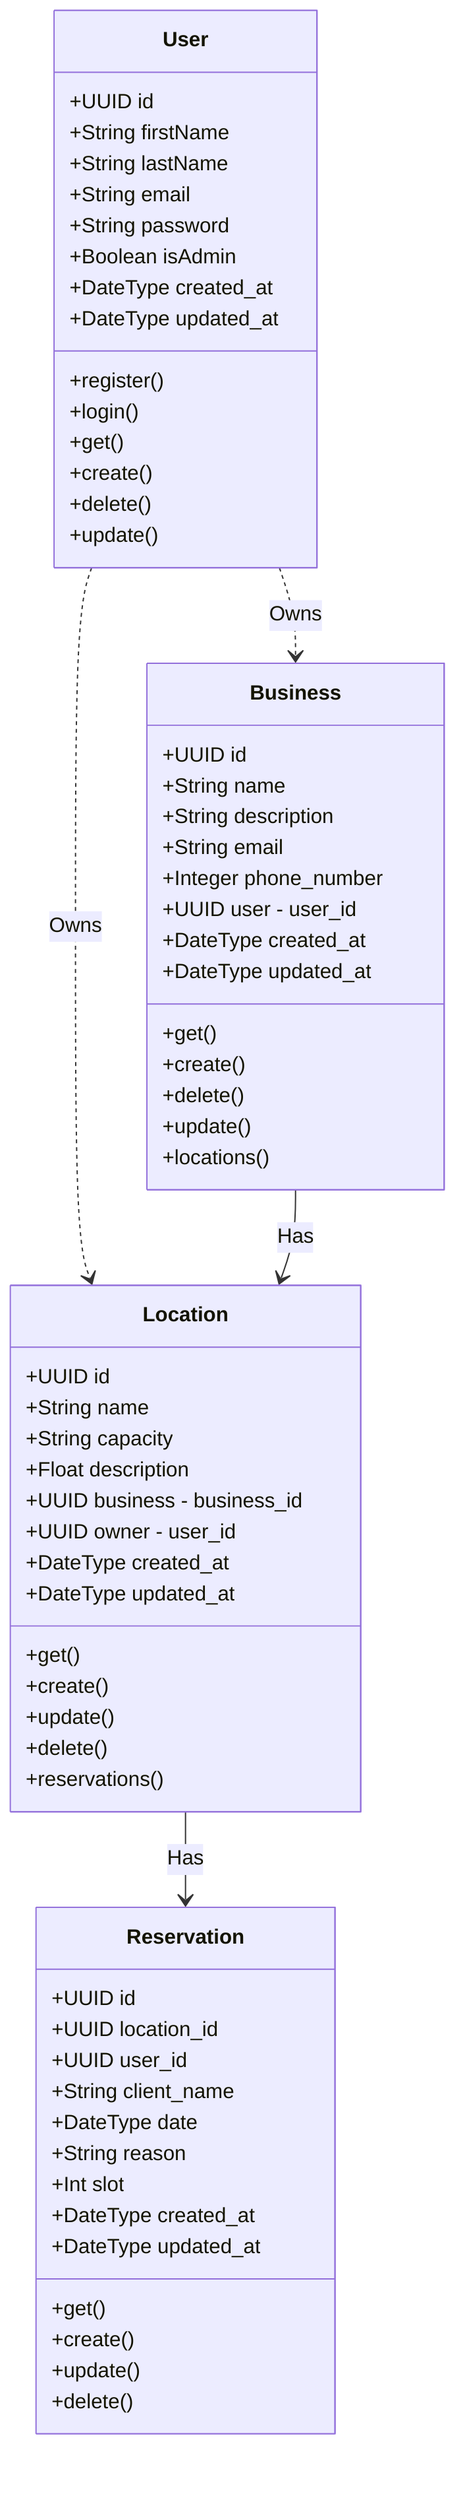
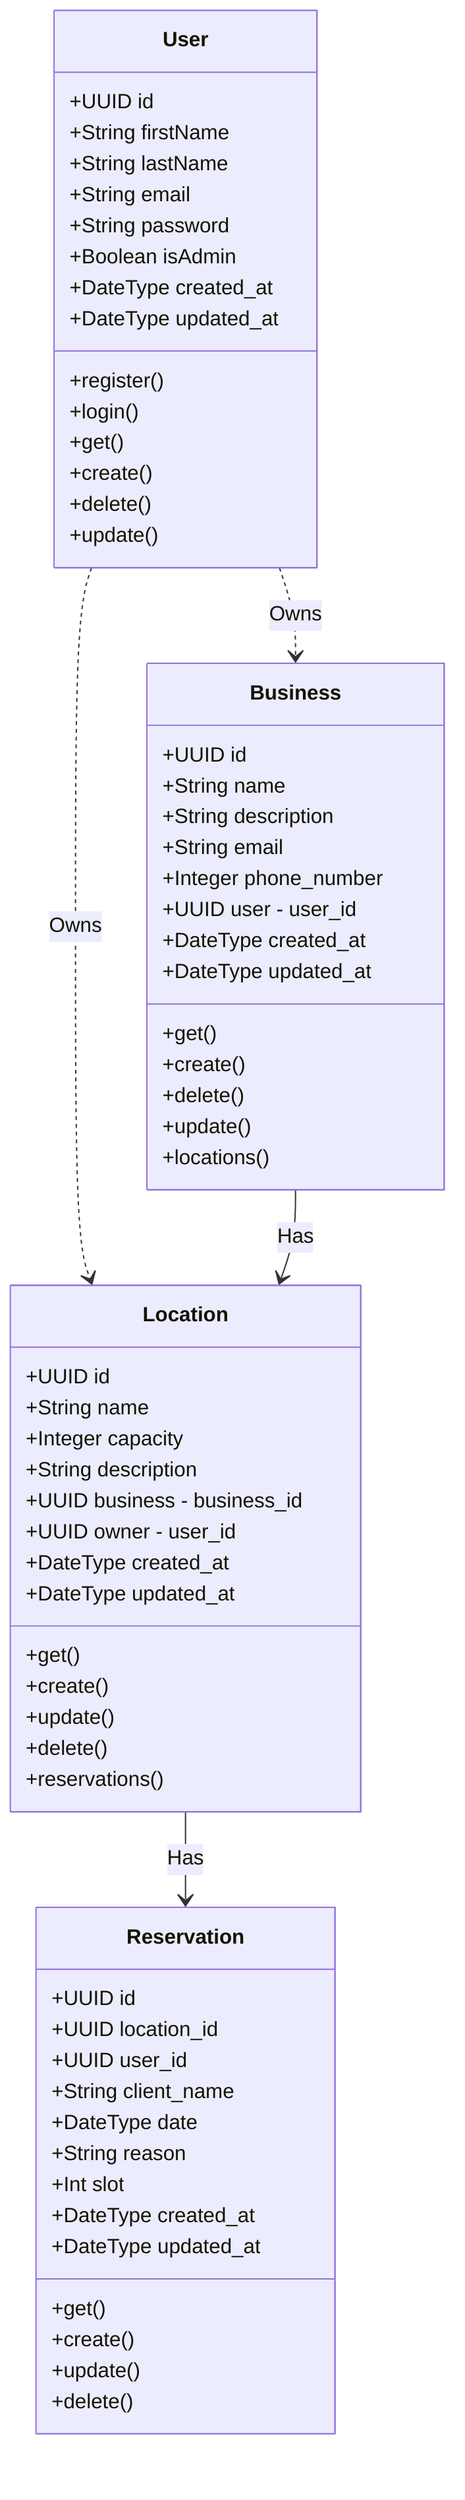
classDiagram
    class User {
        +UUID id
        +String firstName
        +String lastName
        +String email
        +String password
        +Boolean isAdmin
        +DateType created_at
        +DateType updated_at
        +register()
        +login()
        +get()
        +create()
        +delete()
        +update()
    }

    class Business {
        +UUID id
        +String name
        +String description
        +String email
        +Integer phone_number
        +UUID user - user_id
        +DateType created_at
        +DateType updated_at
        +get()
        +create()
        +delete()
        +update()
        +locations()
    }

    class Location {
        +UUID id
        +String name
-         +String capacity
-         +Float description
+         +Integer capacity
+         +String description
        +UUID business - business_id
        +UUID owner - user_id
        +DateType created_at
        +DateType updated_at
        +get()
        +create()
        +update()
        +delete()
        +reservations()
    }

    class Reservation {
        +UUID id
        +UUID location_id
        +UUID user_id
        +String client_name
        +DateType date
        +String reason
        +Int slot
        +DateType created_at
        +DateType updated_at
        +get()
        +create()
        +update()
        +delete()
    }

User..> Business: Owns
User..>Location: Owns
Business-->Location: Has
Location-->Reservation: Has
